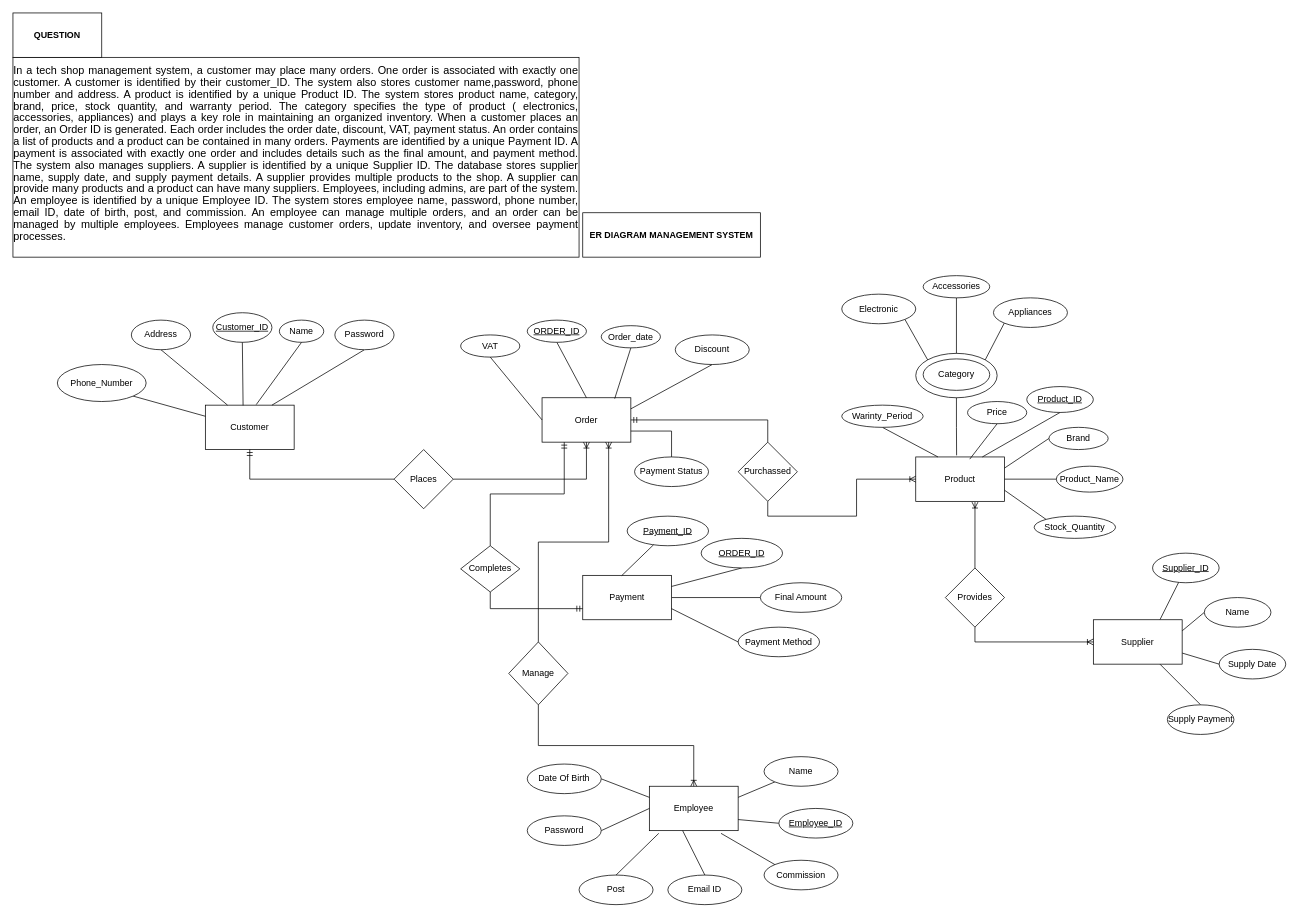
This is Ecommarce.drawio from ALPHAMAN-0/ER-Diagram, a draw.io file, before an edit. Source tidied: cells renumbered, new cells numbered last; positions are measured from the earlier drawing's top-left corner, leaving out a move shared by most shapes. Both pictures are drawn from the tidied source at 74%, with x=0, y=0 at pixel (13, 13).
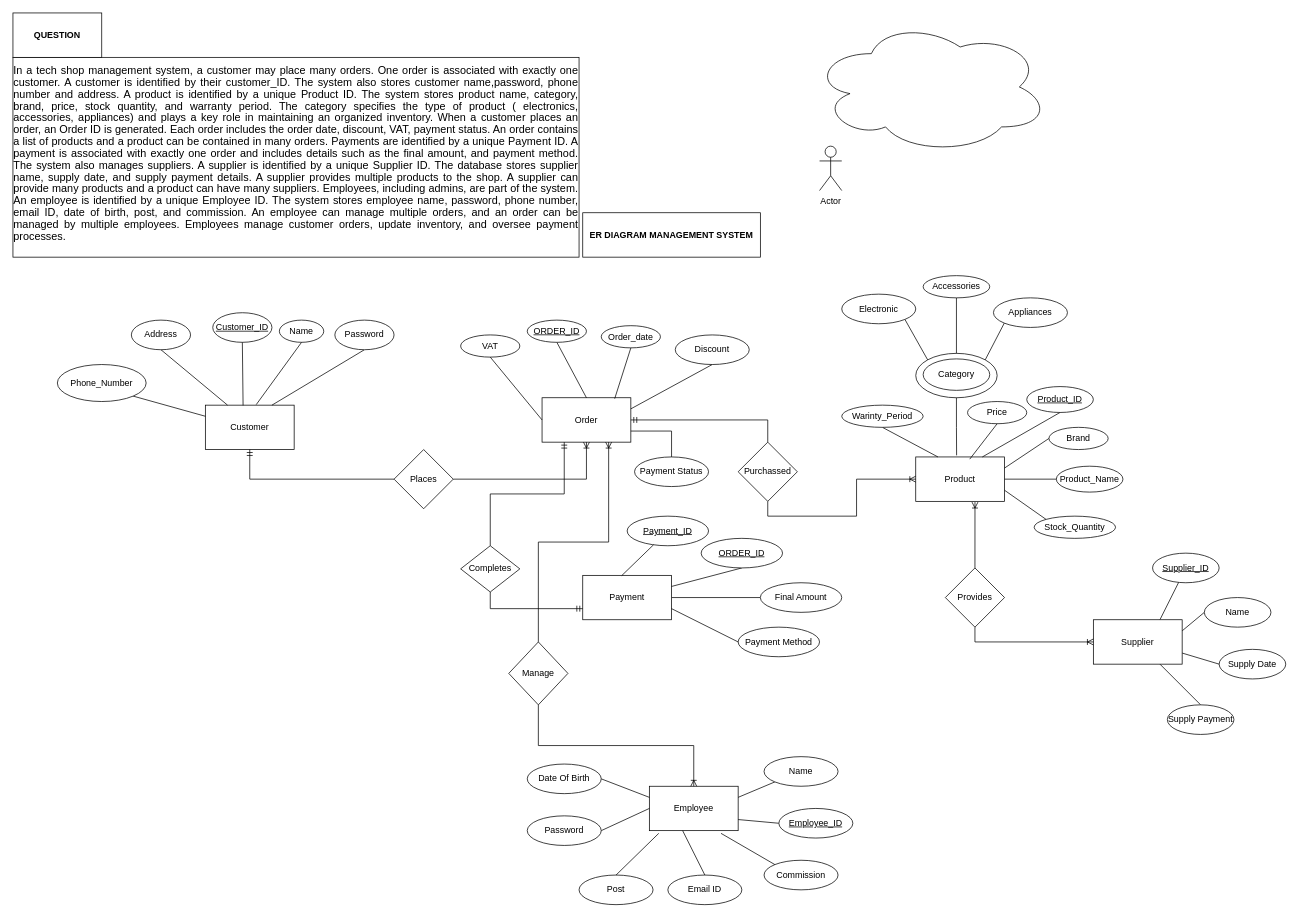
The same page after the edit.

Diff of the diagram source:
```diff
@@
-<mxGraphModel>
+<mxGraphModel background="#ffffff">
@@
+    <mxCell id="97" value="Actor" style="shape=umlActor;verticalLabelPosition=bottom;verticalAlign=top;html=1;" parent="1" vertex="1">
+      <mxGeometry x="1090" y="180" width="30" height="60" as="geometry" />
+    </mxCell>
+    <mxCell id="98" style="ellipse;shape=cloud;whiteSpace=wrap;html=1;" parent="1" vertex="1">
+      <mxGeometry x="1080" y="10" width="320" height="180" as="geometry" />
+    </mxCell>
```
